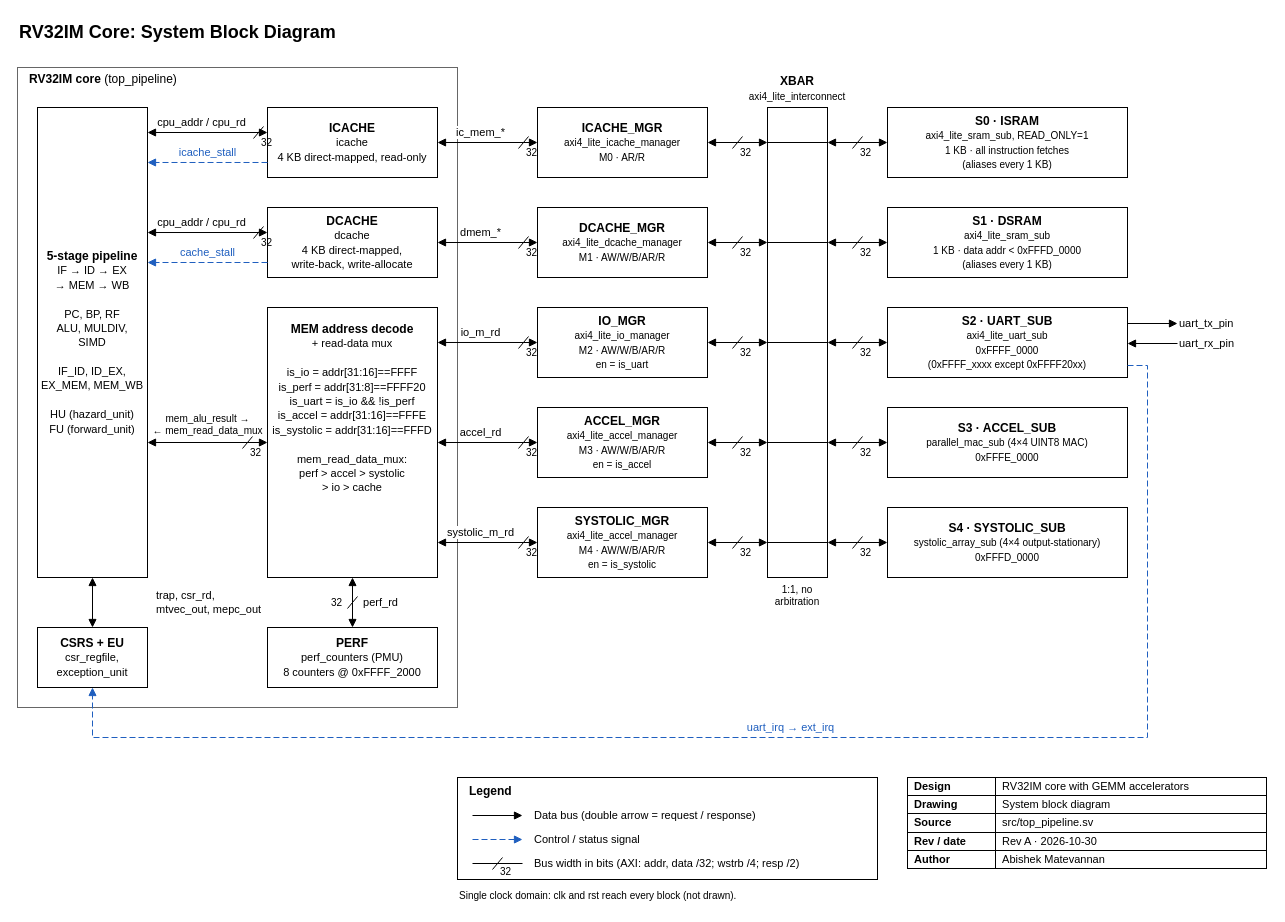
The draw.io diagram page "System" (1 of 2) of docs/diagrams/cpu.drawio in abishekmatevannan-afk/riscv-rv32im-gemm, before the edit. Source tidied: cells renumbered, new cells numbered last; positions are measured from the earlier drawing's top-left corner, leaving out a move shared by most shapes. Both pictures are drawn from the tidied source at 100%, with x=0, y=0 at pixel (17, 17).
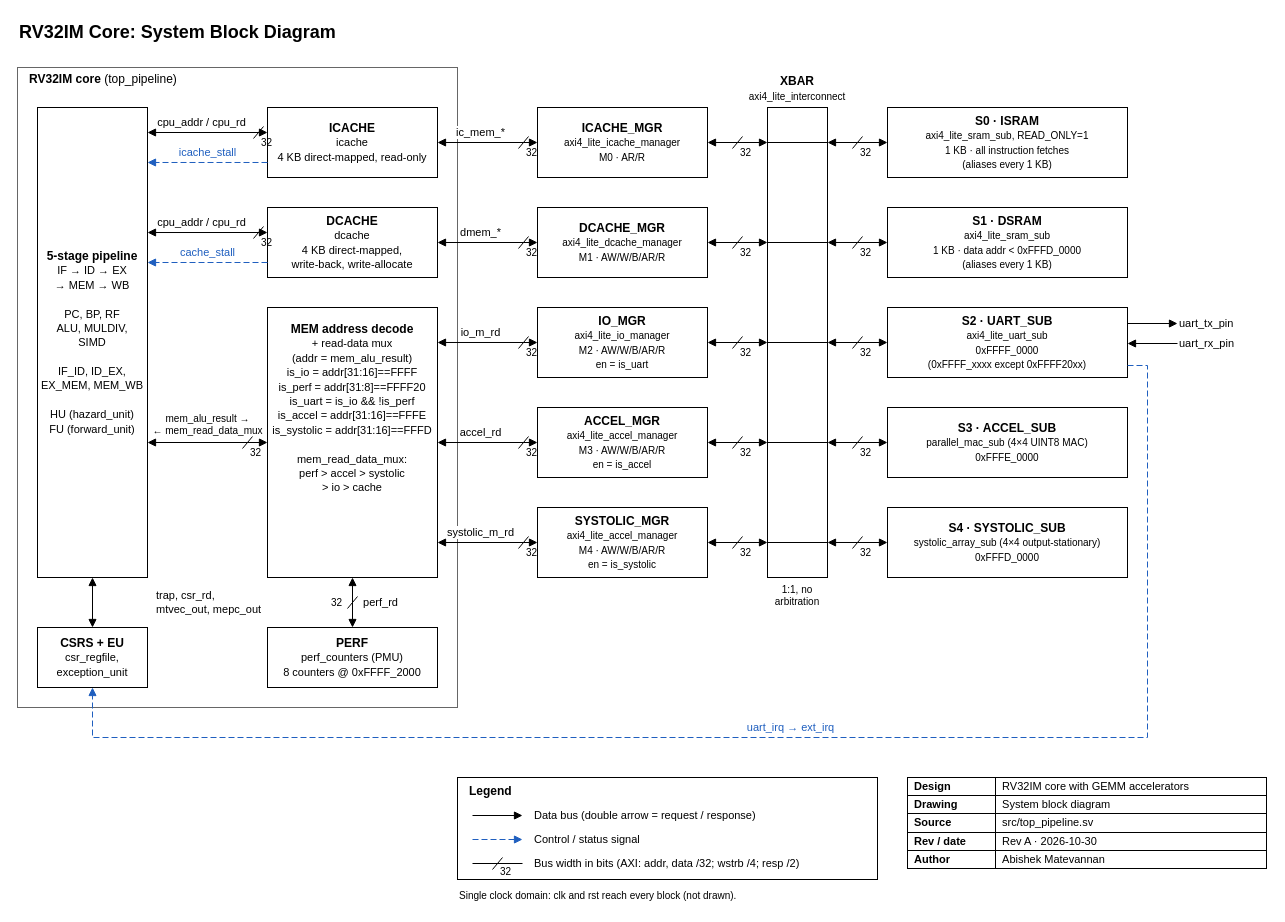
Above is the later version.

The edit, as a diff of the source:
```diff
@@
-    <mxCell id="8" value="&lt;b&gt;MEM address decode&lt;/b&gt;&lt;br&gt;&lt;font style=&quot;font-size:11px&quot;&gt;+ read-data mux&lt;/font&gt;&lt;br&gt;&lt;font style=&quot;font-size:11px&quot;&gt;&lt;/font&gt;&lt;br&gt;&lt;font style=&quot;font-size:11px&quot;&gt;is_io = addr[31:16]==FFFF&lt;/font&gt;&lt;br&gt;&lt;font style=&quot;font-size:11px&quot;&gt;is_perf = addr[31:8]==FFFF20&lt;/font&gt;&lt;br&gt;&lt;font style=&quot;font-size:11px&quot;&gt;is_uart = is_io &amp;amp;&amp;amp; !is_perf&lt;/font&gt;&lt;br&gt;&lt;font style=&quot;font-size:11px&quot;&gt;is_accel = addr[31:16]==FFFE&lt;/font&gt;&lt;br&gt;&lt;font style=&quot;font-size:11px&quot;&gt;is_systolic = addr[31:16]==FFFD&lt;/font&gt;&lt;br&gt;&lt;font style=&quot;font-size:11px&quot;&gt;&lt;/font&gt;&lt;br&gt;&lt;font style=&quot;font-size:11px&quot;&gt;mem_read_data_mux:&lt;/font&gt;&lt;br&gt;&lt;font style=&quot;font-size:11px&quot;&gt;perf &amp;gt; accel &amp;gt; systolic&lt;/font&gt;&lt;br&gt;&lt;font style=&quot;font-size:11px&quot;&gt;&amp;gt; io &amp;gt; cache&lt;/font&gt;" style="rounded=0;whiteSpace=wrap;html=1;fillColor=#FFFFFF;strokeColor=#000000;fontColor=#000000;fontSize=12;fontFamily=Helvetica;verticalAlign=top;spacingTop=8;" parent="1" vertex="1">
+    <mxCell id="8" value="&lt;b&gt;MEM address decode&lt;/b&gt;&lt;br&gt;&lt;font style=&quot;font-size:11px&quot;&gt;+ read-data mux&lt;/font&gt;&lt;br&gt;&lt;font style=&quot;font-size:11px&quot;&gt;(addr = mem_alu_result)&lt;/font&gt;&lt;br&gt;&lt;font style=&quot;font-size:11px&quot;&gt;is_io = addr[31:16]==FFFF&lt;/font&gt;&lt;br&gt;&lt;font style=&quot;font-size:11px&quot;&gt;is_perf = addr[31:8]==FFFF20&lt;/font&gt;&lt;br&gt;&lt;font style=&quot;font-size:11px&quot;&gt;is_uart = is_io &amp;amp;&amp;amp; !is_perf&lt;/font&gt;&lt;br&gt;&lt;font style=&quot;font-size:11px&quot;&gt;is_accel = addr[31:16]==FFFE&lt;/font&gt;&lt;br&gt;&lt;font style=&quot;font-size:11px&quot;&gt;is_systolic = addr[31:16]==FFFD&lt;/font&gt;&lt;br&gt;&lt;font style=&quot;font-size:11px&quot;&gt;&lt;/font&gt;&lt;br&gt;&lt;font style=&quot;font-size:11px&quot;&gt;mem_read_data_mux:&lt;/font&gt;&lt;br&gt;&lt;font style=&quot;font-size:11px&quot;&gt;perf &amp;gt; accel &amp;gt; systolic&lt;/font&gt;&lt;br&gt;&lt;font style=&quot;font-size:11px&quot;&gt;&amp;gt; io &amp;gt; cache&lt;/font&gt;" style="rounded=0;whiteSpace=wrap;html=1;fillColor=#FFFFFF;strokeColor=#000000;fontColor=#000000;fontSize=12;fontFamily=Helvetica;verticalAlign=top;spacingTop=8;" parent="1" vertex="1">
       <mxGeometry x="250" y="290" width="170" height="270" as="geometry" />
     </mxCell>
```
